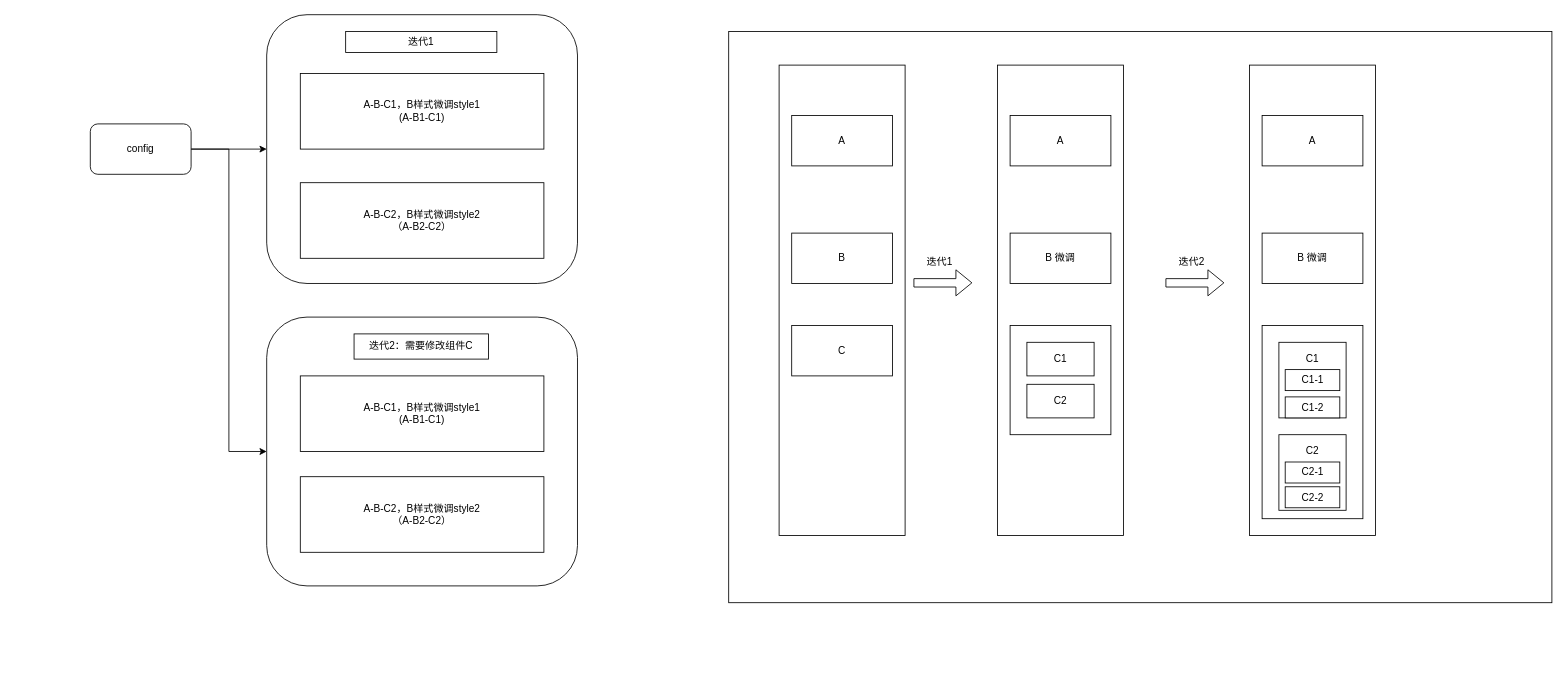
Before: 商详编排化.drawio in lion2001/ask, a draw.io diagram. Source tidied: cells renumbered, new cells numbered last; positions are measured from the earlier drawing's top-left corner, leaving out a move shared by most shapes. Both pictures are drawn from the tidied source at 84%, with x=0, y=0 at pixel (90, 14).
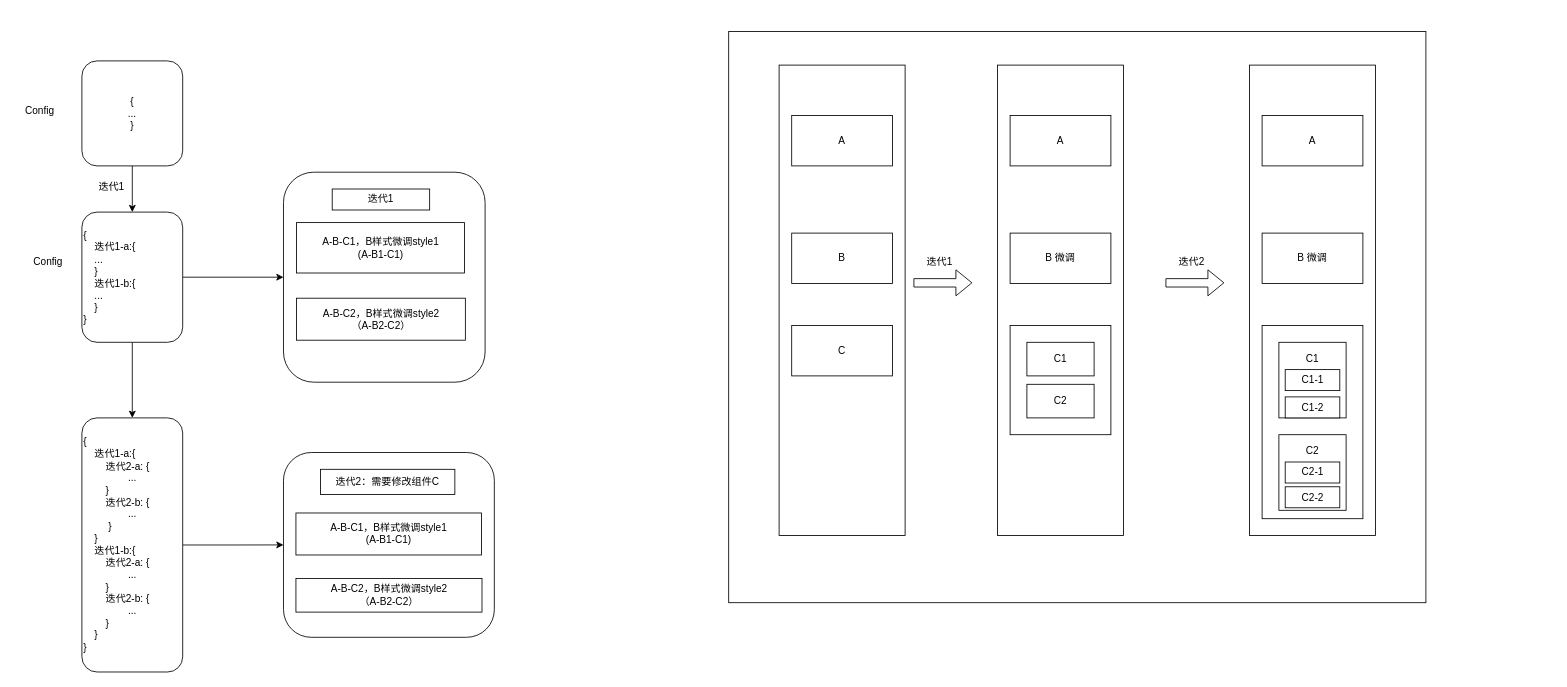
The same diagram, later.

Commit message (it also covers changes not shown here):
更新商详编排化.drawio

The edit, as a diff of the source:
```diff
@@
-    <mxCell id="2" style="edgeStyle=orthogonalEdgeStyle;rounded=0;jettySize=auto;html=1;" parent="1" edge="1" source="4" target="5">
-      <mxGeometry relative="1" as="geometry" />
-    </mxCell>
-    <mxCell id="3" style="edgeStyle=orthogonalEdgeStyle;rounded=0;jettySize=auto;html=1;entryX=0;entryY=0.5;entryDx=0;entryDy=0;" parent="1" edge="1" source="4" target="9">
-      <mxGeometry relative="1" as="geometry" />
-    </mxCell>
+    <mxCell id="40" style="edgeStyle=orthogonalEdgeStyle;rounded=0;jettySize=auto;html=1;entryX=0.5;entryY=0;entryDx=0;entryDy=0;" parent="1" edge="1" source="4" target="44">
+      <mxGeometry relative="1" as="geometry" />
+    </mxCell>
-    <mxCell id="4" value="config" style="rounded=1;whiteSpace=wrap;html=1;" parent="1" vertex="1">
-      <mxGeometry y="130" width="120" height="60" as="geometry" />
+    <mxCell id="4" value="{&lt;br&gt;...&lt;br&gt;}" style="rounded=1;whiteSpace=wrap;html=1;" parent="1" vertex="1">
+      <mxGeometry x="-10" y="55" width="120" height="125" as="geometry" />
     </mxCell>
     <mxCell id="5" style="rounded=1;whiteSpace=wrap;html=1;" parent="1" vertex="1">
-      <mxGeometry x="210" width="370" height="320" as="geometry" />
+      <mxGeometry x="230" y="187.5" width="240" height="250" as="geometry" />
     </mxCell>
     <mxCell id="6" value="A-B-C1，B样式微调style1&lt;br&gt;(A-B1-C1)" style="rounded=0;whiteSpace=wrap;html=1;" parent="1" vertex="1">
-      <mxGeometry x="250" y="70" width="290" height="90" as="geometry" />
+      <mxGeometry x="245.5" y="247.5" width="200" height="60" as="geometry" />
     </mxCell>
     <mxCell id="7" value="A-B-C2，B样式微调style2&lt;br&gt;（A-B2-C2）" style="rounded=0;whiteSpace=wrap;html=1;" parent="1" vertex="1">
-      <mxGeometry x="250" y="200" width="290" height="90" as="geometry" />
+      <mxGeometry x="245.5" y="337.5" width="201" height="50" as="geometry" />
     </mxCell>
     <mxCell id="8" value="迭代1" style="rounded=0;whiteSpace=wrap;html=1;" parent="1" vertex="1">
-      <mxGeometry x="304" y="20" width="180" height="25" as="geometry" />
+      <mxGeometry x="288" y="207.5" width="116" height="25" as="geometry" />
     </mxCell>
     <mxCell id="9" style="rounded=1;whiteSpace=wrap;html=1;" parent="1" vertex="1">
-      <mxGeometry x="210" y="360" width="370" height="320" as="geometry" />
+      <mxGeometry x="230" y="521.2" width="251" height="220" as="geometry" />
     </mxCell>
     <mxCell id="10" value="A-B-C1，B样式微调style1&lt;br&gt;(A-B1-C1)" style="rounded=0;whiteSpace=wrap;html=1;" parent="1" vertex="1">
-      <mxGeometry x="250" y="430" width="290" height="90" as="geometry" />
+      <mxGeometry x="244.8" y="593.2" width="221" height="50" as="geometry" />
     </mxCell>
     <mxCell id="11" value="A-B-C2，B样式微调style2&lt;br&gt;（A-B2-C2）" style="rounded=0;whiteSpace=wrap;html=1;" parent="1" vertex="1">
-      <mxGeometry x="250" y="550" width="290" height="90" as="geometry" />
+      <mxGeometry x="244.8" y="671.2" width="221.5" height="40" as="geometry" />
     </mxCell>
     <mxCell id="12" value="迭代2：需要修改组件C" style="rounded=0;whiteSpace=wrap;html=1;" parent="1" vertex="1">
-      <mxGeometry x="314" y="380" width="160" height="30" as="geometry" />
+      <mxGeometry x="274" y="541.2" width="160" height="30" as="geometry" />
     </mxCell>
     <mxCell id="13" style="rounded=0;whiteSpace=wrap;html=1;" parent="1" vertex="1">
-      <mxGeometry x="760" y="20" width="980" height="680" as="geometry" />
+      <mxGeometry x="760" y="20" width="830" height="680" as="geometry" />
     </mxCell>
@@
+    <mxCell id="41" value="Config" style="text;html=1;strokeColor=none;fillColor=none;align=center;verticalAlign=middle;whiteSpace=wrap;rounded=0;" parent="1" vertex="1">
+      <mxGeometry x="-90" y="100" width="60" height="30" as="geometry" />
+    </mxCell>
+    <mxCell id="42" style="edgeStyle=orthogonalEdgeStyle;rounded=0;jettySize=auto;html=1;exitX=1;exitY=0.5;exitDx=0;exitDy=0;entryX=0;entryY=0.5;entryDx=0;entryDy=0;" parent="1" edge="1" source="44" target="5">
+      <mxGeometry relative="1" as="geometry" />
+    </mxCell>
+    <mxCell id="43" style="edgeStyle=orthogonalEdgeStyle;rounded=0;jettySize=auto;html=1;entryX=0.5;entryY=0;entryDx=0;entryDy=0;" parent="1" edge="1" source="44" target="48">
+      <mxGeometry relative="1" as="geometry" />
+    </mxCell>
+    <mxCell id="44" value="{&lt;br style=&quot;border-color: var(--border-color);&quot;&gt;&lt;span style=&quot;border-color: var(--border-color);&quot;&gt;&lt;span style=&quot;white-space: pre;&quot;&gt;&amp;nbsp;&amp;nbsp;&amp;nbsp;&amp;nbsp;&lt;/span&gt;&lt;/span&gt;&lt;span style=&quot;&quot;&gt;迭代1-a:{&lt;/span&gt;&lt;br style=&quot;border-color: var(--border-color);&quot;&gt;&lt;span style=&quot;border-color: var(--border-color);&quot;&gt;&lt;span style=&quot;white-space: pre;&quot;&gt;&amp;nbsp;&amp;nbsp;&amp;nbsp;&amp;nbsp;&lt;/span&gt;&lt;/span&gt;&lt;span style=&quot;&quot;&gt;...&lt;/span&gt;&lt;br style=&quot;border-color: var(--border-color);&quot;&gt;&lt;span style=&quot;border-color: var(--border-color);&quot;&gt;&lt;span style=&quot;white-space: pre;&quot;&gt;&amp;nbsp;&amp;nbsp;&amp;nbsp;&amp;nbsp;&lt;/span&gt;&lt;/span&gt;&lt;span style=&quot;&quot;&gt;}&lt;/span&gt;&lt;br style=&quot;border-color: var(--border-color);&quot;&gt;&lt;span style=&quot;border-color: var(--border-color);&quot;&gt;&lt;span style=&quot;white-space: pre;&quot;&gt;&amp;nbsp;&amp;nbsp;&amp;nbsp;&amp;nbsp;&lt;/span&gt;&lt;/span&gt;&lt;span style=&quot;&quot;&gt;迭代1-b:{&lt;/span&gt;&lt;br style=&quot;border-color: var(--border-color);&quot;&gt;&lt;span style=&quot;border-color: var(--border-color);&quot;&gt;&lt;span style=&quot;white-space: pre;&quot;&gt;&amp;nbsp;&amp;nbsp;&amp;nbsp;&amp;nbsp;&lt;/span&gt;&lt;/span&gt;&lt;span style=&quot;&quot;&gt;...&lt;/span&gt;&lt;br style=&quot;border-color: var(--border-color);&quot;&gt;&lt;span style=&quot;border-color: var(--border-color);&quot;&gt;&lt;span style=&quot;white-space: pre;&quot;&gt;&amp;nbsp;&amp;nbsp;&amp;nbsp;&amp;nbsp;&lt;/span&gt;&lt;/span&gt;&lt;span style=&quot;&quot;&gt;}&lt;/span&gt;&lt;br style=&quot;border-color: var(--border-color);&quot;&gt;&lt;div style=&quot;&quot;&gt;&lt;span style=&quot;background-color: initial;&quot;&gt;}&lt;/span&gt;&lt;/div&gt;" style="rounded=1;whiteSpace=wrap;html=1;align=left;" parent="1" vertex="1">
+      <mxGeometry x="-10" y="235" width="120" height="155" as="geometry" />
+    </mxCell>
+    <mxCell id="45" value="Config" style="text;html=1;strokeColor=none;fillColor=none;align=center;verticalAlign=middle;whiteSpace=wrap;rounded=0;" parent="1" vertex="1">
+      <mxGeometry x="-80" y="280" width="60" height="30" as="geometry" />
+    </mxCell>
+    <mxCell id="46" value="迭代1" style="text;html=1;align=center;verticalAlign=middle;strokeColor=none;fillColor=none;" parent="1" vertex="1">
+      <mxGeometry y="190" width="50" height="30" as="geometry" />
+    </mxCell>
+    <mxCell id="47" style="edgeStyle=orthogonalEdgeStyle;rounded=0;jettySize=auto;html=1;entryX=0;entryY=0.5;entryDx=0;entryDy=0;" parent="1" edge="1" source="48" target="9">
+      <mxGeometry relative="1" as="geometry" />
+    </mxCell>
+    <mxCell id="48" value="{&lt;br style=&quot;border-color: var(--border-color);&quot;&gt;&lt;span style=&quot;border-color: var(--border-color);&quot;&gt;&lt;span style=&quot;&quot;&gt;&amp;nbsp;&amp;nbsp;&amp;nbsp;&amp;nbsp;&lt;/span&gt;&lt;/span&gt;&lt;span style=&quot;&quot;&gt;迭代1-a:{&lt;br&gt;&lt;/span&gt;&lt;span style=&quot;background-color: initial;&quot;&gt;&lt;span style=&quot;white-space: pre;&quot;&gt;&#9;&lt;/span&gt;迭代2-a: {&lt;br&gt;&lt;/span&gt;&lt;span style=&quot;background-color: initial;&quot;&gt;&lt;span style=&quot;white-space: pre;&quot;&gt;&#9;&lt;/span&gt;&lt;span style=&quot;white-space: pre;&quot;&gt;&#9;&lt;/span&gt;...&lt;br&gt;&lt;/span&gt;&lt;span style=&quot;background-color: initial;&quot;&gt;&lt;span style=&quot;white-space: pre;&quot;&gt;&#9;&lt;/span&gt;}&lt;br&gt;&lt;/span&gt;&lt;span style=&quot;background-color: initial;&quot;&gt;&lt;span style=&quot;white-space: pre;&quot;&gt;&#9;&lt;/span&gt;迭代2-b: {&lt;br&gt;&lt;/span&gt;&lt;span style=&quot;background-color: initial; border-color: var(--border-color);&quot;&gt;&amp;nbsp; &amp;nbsp;&amp;nbsp;&lt;span style=&quot;white-space: pre;&quot;&gt;&#9;&lt;/span&gt;&lt;span style=&quot;white-space: pre;&quot;&gt;&#9;&lt;/span&gt;&lt;/span&gt;&lt;span style=&quot;background-color: initial;&quot;&gt;...&lt;br&gt;&lt;/span&gt;&lt;span style=&quot;background-color: initial; border-color: var(--border-color);&quot;&gt;&lt;span style=&quot;white-space: pre;&quot;&gt;&#9;&lt;/span&gt;&amp;nbsp;&lt;/span&gt;&lt;span style=&quot;background-color: initial;&quot;&gt;}&lt;/span&gt;&lt;span style=&quot;background-color: initial;&quot;&gt;&lt;br&gt;&lt;/span&gt;&lt;blockquote style=&quot;margin: 0 0 0 40px; border: none; padding: 0px;&quot;&gt;&lt;/blockquote&gt;&lt;span style=&quot;&quot;&gt;&lt;/span&gt;&lt;span style=&quot;border-color: var(--border-color);&quot;&gt;&lt;span style=&quot;&quot;&gt;&amp;nbsp;&amp;nbsp;&amp;nbsp;&amp;nbsp;&lt;/span&gt;&lt;/span&gt;&lt;span style=&quot;&quot;&gt;}&lt;/span&gt;&lt;br style=&quot;border-color: var(--border-color);&quot;&gt;&lt;span style=&quot;border-color: var(--border-color);&quot;&gt;&lt;span style=&quot;&quot;&gt;&amp;nbsp;&amp;nbsp;&amp;nbsp;&amp;nbsp;&lt;/span&gt;&lt;/span&gt;&lt;span style=&quot;&quot;&gt;迭代1-b:{&lt;/span&gt;&lt;br style=&quot;border-color: var(--border-color);&quot;&gt;&lt;span style=&quot;border-color: var(--border-color);&quot;&gt;&lt;span style=&quot;&quot;&gt;&amp;nbsp;&amp;nbsp;&amp;nbsp;&amp;nbsp;&lt;span style=&quot;&quot;&gt;&lt;span style=&quot;&quot;&gt;&amp;nbsp;&amp;nbsp;&amp;nbsp;&amp;nbsp;&lt;/span&gt;&lt;/span&gt;迭代2-a: {&lt;br&gt;&lt;span style=&quot;&quot;&gt;&lt;span style=&quot;&quot;&gt;&amp;nbsp;&amp;nbsp;&amp;nbsp;&amp;nbsp;&lt;span style=&quot;white-space: pre;&quot;&gt;&#9;&lt;/span&gt;&lt;span style=&quot;white-space: pre;&quot;&gt;&#9;&lt;/span&gt;&lt;/span&gt;&lt;/span&gt;...&lt;br&gt;&lt;span style=&quot;&quot;&gt;&lt;span style=&quot;&quot;&gt;&amp;nbsp;&amp;nbsp;&amp;nbsp;&amp;nbsp;&lt;span style=&quot;white-space: pre;&quot;&gt;&#9;&lt;/span&gt;&lt;/span&gt;&lt;/span&gt;}&lt;br&gt;&lt;/span&gt;&lt;/span&gt;&lt;span style=&quot;white-space: pre;&quot;&gt;&#9;&lt;/span&gt;迭代2-b: {&lt;br style=&quot;border-color: var(--border-color);&quot;&gt;&amp;nbsp;&amp;nbsp;&amp;nbsp;&amp;nbsp;&lt;span style=&quot;white-space: pre;&quot;&gt;&#9;&lt;/span&gt;&lt;span style=&quot;white-space: pre;&quot;&gt;&#9;&lt;/span&gt;...&lt;br style=&quot;border-color: var(--border-color);&quot;&gt;&lt;span style=&quot;border-color: var(--border-color);&quot;&gt;&amp;nbsp;&amp;nbsp;&amp;nbsp;&amp;nbsp;&lt;span style=&quot;white-space: pre;&quot;&gt;&#9;&lt;/span&gt;&lt;/span&gt;}&lt;br style=&quot;border-color: var(--border-color);&quot;&gt;&lt;span style=&quot;border-color: var(--border-color);&quot;&gt;&lt;span style=&quot;&quot;&gt;&amp;nbsp;&amp;nbsp;&amp;nbsp;&amp;nbsp;&lt;/span&gt;&lt;/span&gt;&lt;span style=&quot;&quot;&gt;}&lt;/span&gt;&lt;br style=&quot;border-color: var(--border-color);&quot;&gt;&lt;div style=&quot;&quot;&gt;&lt;span style=&quot;background-color: initial;&quot;&gt;}&lt;/span&gt;&lt;/div&gt;" style="rounded=1;whiteSpace=wrap;html=1;align=left;" parent="1" vertex="1">
+      <mxGeometry x="-10" y="480" width="120" height="302.5" as="geometry" />
+    </mxCell>
```
